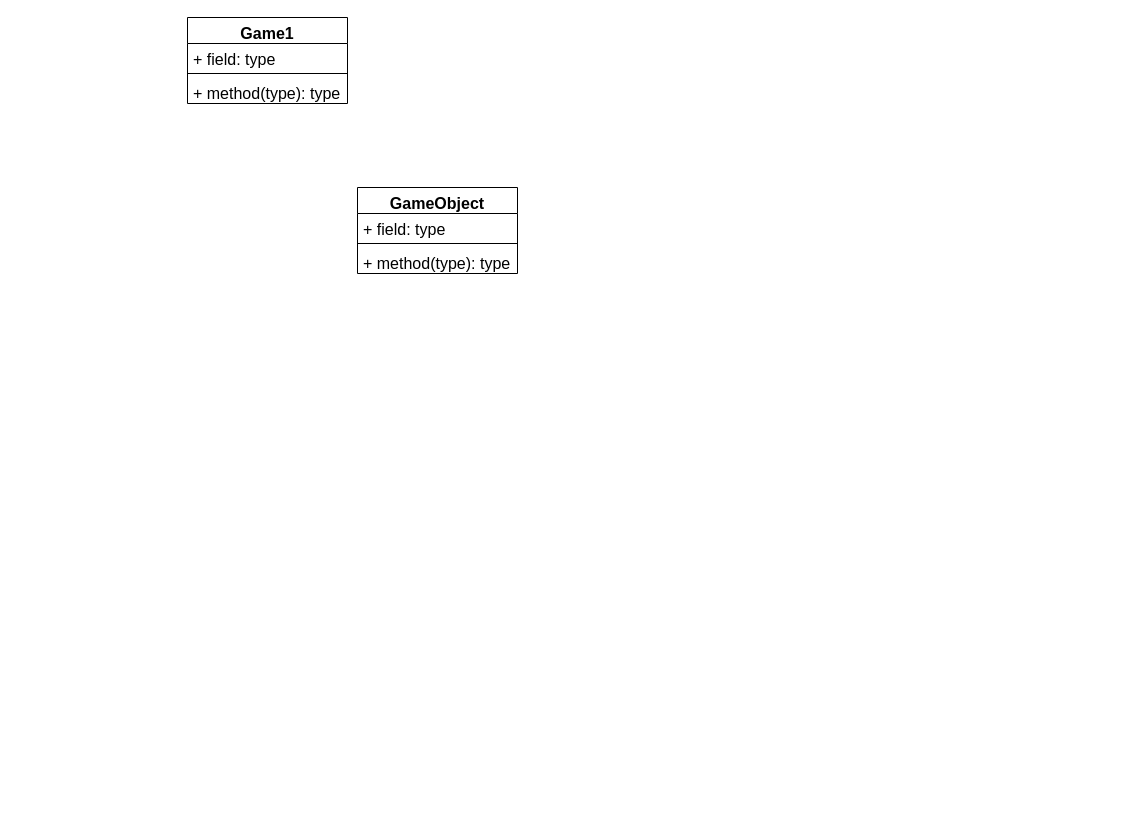
The draw.io diagram Space Invaders.drawio in Marcus-teacher/testar, before the edit. Source tidied: cells renumbered, new cells numbered last; positions are measured from the earlier drawing's top-left corner, leaving out a move shared by most shapes. Both pictures are drawn from the tidied source at 100%, with x=0, y=0 at pixel (187, 17).
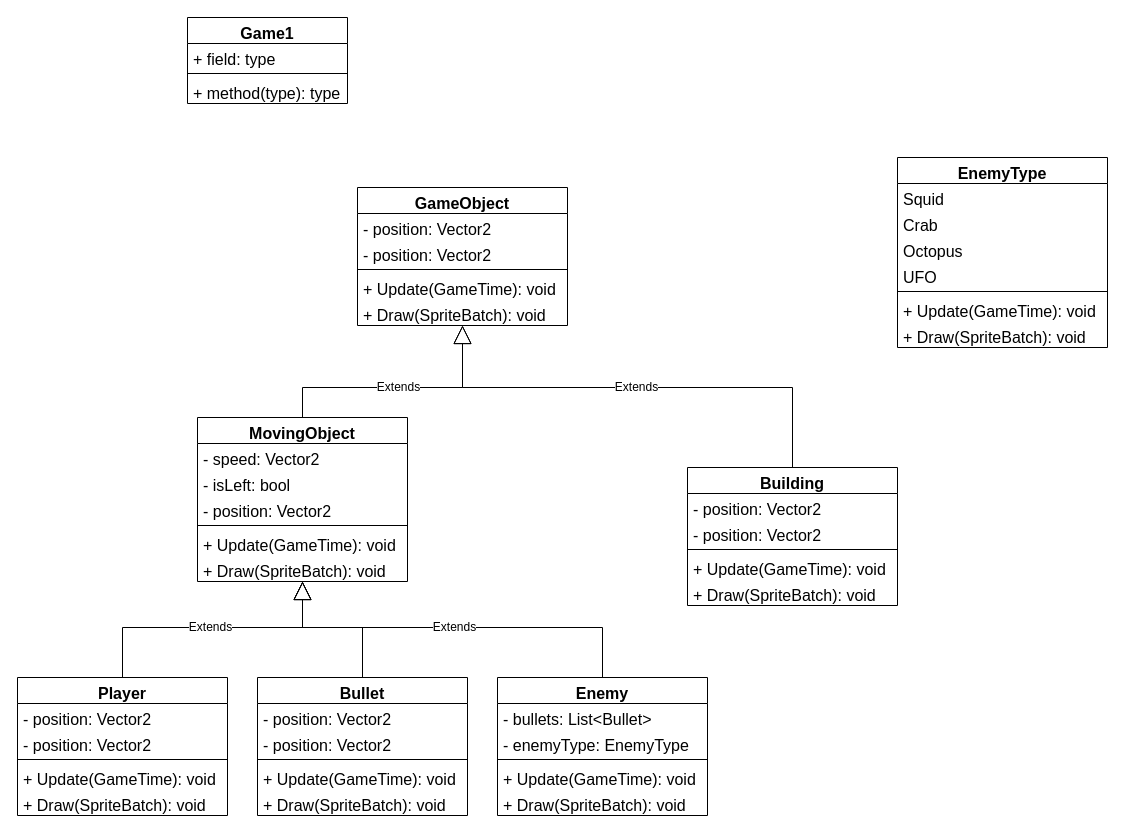
The same diagram, later.

What changed in the source:
```diff
@@
     <mxCell id="2" value="GameObject" style="swimlane;fontStyle=1;align=center;verticalAlign=top;horizontal=1;startSize=26;whiteSpace=wrap;html=1;fontSize=16;" parent="1" vertex="1">
-      <mxGeometry x="170" y="170" width="160" height="86" as="geometry" />
+      <mxGeometry x="170" y="170" width="210" height="138" as="geometry" />
     </mxCell>
-    <mxCell id="3" value="+ field: type" style="text;strokeColor=none;fillColor=none;align=left;verticalAlign=top;spacingLeft=4;spacingRight=4;overflow=hidden;whiteSpace=wrap;html=1;fontSize=16;" parent="2" vertex="1">
-      <mxGeometry y="26" width="160" height="26" as="geometry" />
+    <mxCell id="3" value="- position: Vector2" style="text;strokeColor=none;fillColor=none;align=left;verticalAlign=top;spacingLeft=4;spacingRight=4;overflow=hidden;whiteSpace=wrap;html=1;fontSize=16;" parent="2" vertex="1">
+      <mxGeometry y="26" width="210" height="26" as="geometry" />
     </mxCell>
+    <mxCell id="10" value="- position: Vector2" style="text;strokeColor=none;fillColor=none;align=left;verticalAlign=top;spacingLeft=4;spacingRight=4;overflow=hidden;whiteSpace=wrap;html=1;fontSize=16;" parent="2" vertex="1">
+      <mxGeometry y="52" width="210" height="26" as="geometry" />
+    </mxCell>
     <mxCell id="4" style="line;strokeWidth=1;fillColor=none;align=left;verticalAlign=middle;spacingTop=-1;spacingLeft=3;spacingRight=3;labelPosition=right;strokeColor=inherit;fontSize=16;" parent="2" vertex="1">
-      <mxGeometry y="52" width="160" height="8" as="geometry" />
+      <mxGeometry y="78" width="210" height="8" as="geometry" />
     </mxCell>
+    <mxCell id="11" value="+ Update(GameTime): void" style="text;strokeColor=none;fillColor=none;align=left;verticalAlign=top;spacingLeft=4;spacingRight=4;overflow=hidden;whiteSpace=wrap;html=1;fontSize=16;" parent="2" vertex="1">
+      <mxGeometry y="86" width="210" height="26" as="geometry" />
+    </mxCell>
-    <mxCell id="5" value="+ method(type): type" style="text;strokeColor=none;fillColor=none;align=left;verticalAlign=top;spacingLeft=4;spacingRight=4;overflow=hidden;whiteSpace=wrap;html=1;fontSize=16;" parent="2" vertex="1">
-      <mxGeometry y="60" width="160" height="26" as="geometry" />
+    <mxCell id="5" value="+ Draw(SpriteBatch): void" style="text;strokeColor=none;fillColor=none;align=left;verticalAlign=top;spacingLeft=4;spacingRight=4;overflow=hidden;whiteSpace=wrap;html=1;fontSize=16;" parent="2" vertex="1">
+      <mxGeometry y="112" width="210" height="26" as="geometry" />
     </mxCell>
@@
+    <mxCell id="12" value="Player" style="swimlane;fontStyle=1;align=center;verticalAlign=top;horizontal=1;startSize=26;whiteSpace=wrap;html=1;fontSize=16;" parent="1" vertex="1">
+      <mxGeometry x="-170" y="660" width="210" height="138" as="geometry" />
+    </mxCell>
+    <mxCell id="13" value="- position: Vector2" style="text;strokeColor=none;fillColor=none;align=left;verticalAlign=top;spacingLeft=4;spacingRight=4;overflow=hidden;whiteSpace=wrap;html=1;fontSize=16;" parent="12" vertex="1">
+      <mxGeometry y="26" width="210" height="26" as="geometry" />
+    </mxCell>
+    <mxCell id="14" value="- position: Vector2" style="text;strokeColor=none;fillColor=none;align=left;verticalAlign=top;spacingLeft=4;spacingRight=4;overflow=hidden;whiteSpace=wrap;html=1;fontSize=16;" parent="12" vertex="1">
+      <mxGeometry y="52" width="210" height="26" as="geometry" />
+    </mxCell>
+    <mxCell id="15" style="line;strokeWidth=1;fillColor=none;align=left;verticalAlign=middle;spacingTop=-1;spacingLeft=3;spacingRight=3;labelPosition=right;strokeColor=inherit;fontSize=16;" parent="12" vertex="1">
+      <mxGeometry y="78" width="210" height="8" as="geometry" />
+    </mxCell>
+    <mxCell id="16" value="+ Update(GameTime): void" style="text;strokeColor=none;fillColor=none;align=left;verticalAlign=top;spacingLeft=4;spacingRight=4;overflow=hidden;whiteSpace=wrap;html=1;fontSize=16;" parent="12" vertex="1">
+      <mxGeometry y="86" width="210" height="26" as="geometry" />
+    </mxCell>
+    <mxCell id="17" value="+ Draw(SpriteBatch): void" style="text;strokeColor=none;fillColor=none;align=left;verticalAlign=top;spacingLeft=4;spacingRight=4;overflow=hidden;whiteSpace=wrap;html=1;fontSize=16;" parent="12" vertex="1">
+      <mxGeometry y="112" width="210" height="26" as="geometry" />
+    </mxCell>
+    <mxCell id="18" value="Enemy" style="swimlane;fontStyle=1;align=center;verticalAlign=top;horizontal=1;startSize=26;whiteSpace=wrap;html=1;fontSize=16;" parent="1" vertex="1">
+      <mxGeometry x="310" y="660" width="210" height="138" as="geometry" />
+    </mxCell>
+    <mxCell id="19" value="- bullets: List&amp;lt;Bullet&amp;gt;" style="text;strokeColor=none;fillColor=none;align=left;verticalAlign=top;spacingLeft=4;spacingRight=4;overflow=hidden;whiteSpace=wrap;html=1;fontSize=16;" parent="18" vertex="1">
+      <mxGeometry y="26" width="210" height="26" as="geometry" />
+    </mxCell>
+    <mxCell id="20" value="- enemyType: EnemyType" style="text;strokeColor=none;fillColor=none;align=left;verticalAlign=top;spacingLeft=4;spacingRight=4;overflow=hidden;whiteSpace=wrap;html=1;fontSize=16;" parent="18" vertex="1">
+      <mxGeometry y="52" width="210" height="26" as="geometry" />
+    </mxCell>
+    <mxCell id="21" style="line;strokeWidth=1;fillColor=none;align=left;verticalAlign=middle;spacingTop=-1;spacingLeft=3;spacingRight=3;labelPosition=right;strokeColor=inherit;fontSize=16;" parent="18" vertex="1">
+      <mxGeometry y="78" width="210" height="8" as="geometry" />
+    </mxCell>
+    <mxCell id="22" value="+ Update(GameTime): void" style="text;strokeColor=none;fillColor=none;align=left;verticalAlign=top;spacingLeft=4;spacingRight=4;overflow=hidden;whiteSpace=wrap;html=1;fontSize=16;" parent="18" vertex="1">
+      <mxGeometry y="86" width="210" height="26" as="geometry" />
+    </mxCell>
+    <mxCell id="23" value="+ Draw(SpriteBatch): void" style="text;strokeColor=none;fillColor=none;align=left;verticalAlign=top;spacingLeft=4;spacingRight=4;overflow=hidden;whiteSpace=wrap;html=1;fontSize=16;" parent="18" vertex="1">
+      <mxGeometry y="112" width="210" height="26" as="geometry" />
+    </mxCell>
+    <mxCell id="24" value="Bullet" style="swimlane;fontStyle=1;align=center;verticalAlign=top;horizontal=1;startSize=26;whiteSpace=wrap;html=1;fontSize=16;" parent="1" vertex="1">
+      <mxGeometry x="70" y="660" width="210" height="138" as="geometry" />
+    </mxCell>
+    <mxCell id="25" value="- position: Vector2" style="text;strokeColor=none;fillColor=none;align=left;verticalAlign=top;spacingLeft=4;spacingRight=4;overflow=hidden;whiteSpace=wrap;html=1;fontSize=16;" parent="24" vertex="1">
+      <mxGeometry y="26" width="210" height="26" as="geometry" />
+    </mxCell>
+    <mxCell id="26" value="- position: Vector2" style="text;strokeColor=none;fillColor=none;align=left;verticalAlign=top;spacingLeft=4;spacingRight=4;overflow=hidden;whiteSpace=wrap;html=1;fontSize=16;" parent="24" vertex="1">
+      <mxGeometry y="52" width="210" height="26" as="geometry" />
+    </mxCell>
+    <mxCell id="27" style="line;strokeWidth=1;fillColor=none;align=left;verticalAlign=middle;spacingTop=-1;spacingLeft=3;spacingRight=3;labelPosition=right;strokeColor=inherit;fontSize=16;" parent="24" vertex="1">
+      <mxGeometry y="78" width="210" height="8" as="geometry" />
+    </mxCell>
+    <mxCell id="28" value="+ Update(GameTime): void" style="text;strokeColor=none;fillColor=none;align=left;verticalAlign=top;spacingLeft=4;spacingRight=4;overflow=hidden;whiteSpace=wrap;html=1;fontSize=16;" parent="24" vertex="1">
+      <mxGeometry y="86" width="210" height="26" as="geometry" />
+    </mxCell>
+    <mxCell id="29" value="+ Draw(SpriteBatch): void" style="text;strokeColor=none;fillColor=none;align=left;verticalAlign=top;spacingLeft=4;spacingRight=4;overflow=hidden;whiteSpace=wrap;html=1;fontSize=16;" parent="24" vertex="1">
+      <mxGeometry y="112" width="210" height="26" as="geometry" />
+    </mxCell>
+    <mxCell id="30" value="Building" style="swimlane;fontStyle=1;align=center;verticalAlign=top;horizontal=1;startSize=26;whiteSpace=wrap;html=1;fontSize=16;" parent="1" vertex="1">
+      <mxGeometry x="500" y="450" width="210" height="138" as="geometry" />
+    </mxCell>
+    <mxCell id="31" value="- position: Vector2" style="text;strokeColor=none;fillColor=none;align=left;verticalAlign=top;spacingLeft=4;spacingRight=4;overflow=hidden;whiteSpace=wrap;html=1;fontSize=16;" parent="30" vertex="1">
+      <mxGeometry y="26" width="210" height="26" as="geometry" />
+    </mxCell>
+    <mxCell id="32" value="- position: Vector2" style="text;strokeColor=none;fillColor=none;align=left;verticalAlign=top;spacingLeft=4;spacingRight=4;overflow=hidden;whiteSpace=wrap;html=1;fontSize=16;" parent="30" vertex="1">
+      <mxGeometry y="52" width="210" height="26" as="geometry" />
+    </mxCell>
+    <mxCell id="33" style="line;strokeWidth=1;fillColor=none;align=left;verticalAlign=middle;spacingTop=-1;spacingLeft=3;spacingRight=3;labelPosition=right;strokeColor=inherit;fontSize=16;" parent="30" vertex="1">
+      <mxGeometry y="78" width="210" height="8" as="geometry" />
+    </mxCell>
+    <mxCell id="34" value="+ Update(GameTime): void" style="text;strokeColor=none;fillColor=none;align=left;verticalAlign=top;spacingLeft=4;spacingRight=4;overflow=hidden;whiteSpace=wrap;html=1;fontSize=16;" parent="30" vertex="1">
+      <mxGeometry y="86" width="210" height="26" as="geometry" />
+    </mxCell>
+    <mxCell id="35" value="+ Draw(SpriteBatch): void" style="text;strokeColor=none;fillColor=none;align=left;verticalAlign=top;spacingLeft=4;spacingRight=4;overflow=hidden;whiteSpace=wrap;html=1;fontSize=16;" parent="30" vertex="1">
+      <mxGeometry y="112" width="210" height="26" as="geometry" />
+    </mxCell>
+    <mxCell id="36" value="Extends" style="endArrow=block;endSize=16;endFill=0;html=1;rounded=0;fontSize=12;edgeStyle=none;exitX=0.5;exitY=0;exitDx=0;exitDy=0;entryX=0.5;entryY=1;entryDx=0;entryDy=0;" parent="1" edge="1" source="30" target="2">
+      <mxGeometry relative="1" as="geometry">
+        <Array as="points">
+          <mxPoint x="605" y="370" />
+          <mxPoint x="275" y="370" />
+        </Array>
+      </mxGeometry>
+    </mxCell>
+    <mxCell id="37" value="EnemyType" style="swimlane;fontStyle=1;align=center;verticalAlign=top;horizontal=1;startSize=26;whiteSpace=wrap;html=1;fontSize=16;" parent="1" vertex="1">
+      <mxGeometry x="710" y="140" width="210" height="190" as="geometry" />
+    </mxCell>
+    <mxCell id="38" value="Squid" style="text;strokeColor=none;fillColor=none;align=left;verticalAlign=top;spacingLeft=4;spacingRight=4;overflow=hidden;whiteSpace=wrap;html=1;fontSize=16;" parent="37" vertex="1">
+      <mxGeometry y="26" width="210" height="26" as="geometry" />
+    </mxCell>
+    <mxCell id="39" value="Crab" style="text;strokeColor=none;fillColor=none;align=left;verticalAlign=top;spacingLeft=4;spacingRight=4;overflow=hidden;whiteSpace=wrap;html=1;fontSize=16;" parent="37" vertex="1">
+      <mxGeometry y="52" width="210" height="26" as="geometry" />
+    </mxCell>
+    <mxCell id="40" value="Octopus" style="text;strokeColor=none;fillColor=none;align=left;verticalAlign=top;spacingLeft=4;spacingRight=4;overflow=hidden;whiteSpace=wrap;html=1;fontSize=16;" parent="37" vertex="1">
+      <mxGeometry y="78" width="210" height="26" as="geometry" />
+    </mxCell>
+    <mxCell id="41" value="UFO" style="text;strokeColor=none;fillColor=none;align=left;verticalAlign=top;spacingLeft=4;spacingRight=4;overflow=hidden;whiteSpace=wrap;html=1;fontSize=16;" parent="37" vertex="1">
+      <mxGeometry y="104" width="210" height="26" as="geometry" />
+    </mxCell>
+    <mxCell id="42" style="line;strokeWidth=1;fillColor=none;align=left;verticalAlign=middle;spacingTop=-1;spacingLeft=3;spacingRight=3;labelPosition=right;strokeColor=inherit;fontSize=16;" parent="37" vertex="1">
+      <mxGeometry y="130" width="210" height="8" as="geometry" />
+    </mxCell>
+    <mxCell id="43" value="+ Update(GameTime): void" style="text;strokeColor=none;fillColor=none;align=left;verticalAlign=top;spacingLeft=4;spacingRight=4;overflow=hidden;whiteSpace=wrap;html=1;fontSize=16;" parent="37" vertex="1">
+      <mxGeometry y="138" width="210" height="26" as="geometry" />
+    </mxCell>
+    <mxCell id="44" value="+ Draw(SpriteBatch): void" style="text;strokeColor=none;fillColor=none;align=left;verticalAlign=top;spacingLeft=4;spacingRight=4;overflow=hidden;whiteSpace=wrap;html=1;fontSize=16;" parent="37" vertex="1">
+      <mxGeometry y="164" width="210" height="26" as="geometry" />
+    </mxCell>
+    <mxCell id="45" value="MovingObject" style="swimlane;fontStyle=1;align=center;verticalAlign=top;horizontal=1;startSize=26;whiteSpace=wrap;html=1;fontSize=16;" parent="1" vertex="1">
+      <mxGeometry x="10" y="400" width="210" height="164" as="geometry" />
+    </mxCell>
+    <mxCell id="46" value="- speed: Vector2" style="text;strokeColor=none;fillColor=none;align=left;verticalAlign=top;spacingLeft=4;spacingRight=4;overflow=hidden;whiteSpace=wrap;html=1;fontSize=16;" parent="45" vertex="1">
+      <mxGeometry y="26" width="210" height="26" as="geometry" />
+    </mxCell>
+    <mxCell id="47" value="- isLeft: bool" style="text;strokeColor=none;fillColor=none;align=left;verticalAlign=top;spacingLeft=4;spacingRight=4;overflow=hidden;whiteSpace=wrap;html=1;fontSize=16;" parent="45" vertex="1">
+      <mxGeometry y="52" width="210" height="26" as="geometry" />
+    </mxCell>
+    <mxCell id="48" value="- position: Vector2" style="text;strokeColor=none;fillColor=none;align=left;verticalAlign=top;spacingLeft=4;spacingRight=4;overflow=hidden;whiteSpace=wrap;html=1;fontSize=16;" parent="45" vertex="1">
+      <mxGeometry y="78" width="210" height="26" as="geometry" />
+    </mxCell>
+    <mxCell id="49" style="line;strokeWidth=1;fillColor=none;align=left;verticalAlign=middle;spacingTop=-1;spacingLeft=3;spacingRight=3;labelPosition=right;strokeColor=inherit;fontSize=16;" parent="45" vertex="1">
+      <mxGeometry y="104" width="210" height="8" as="geometry" />
+    </mxCell>
+    <mxCell id="50" value="+ Update(GameTime): void" style="text;strokeColor=none;fillColor=none;align=left;verticalAlign=top;spacingLeft=4;spacingRight=4;overflow=hidden;whiteSpace=wrap;html=1;fontSize=16;" parent="45" vertex="1">
+      <mxGeometry y="112" width="210" height="26" as="geometry" />
+    </mxCell>
+    <mxCell id="51" value="+ Draw(SpriteBatch): void" style="text;strokeColor=none;fillColor=none;align=left;verticalAlign=top;spacingLeft=4;spacingRight=4;overflow=hidden;whiteSpace=wrap;html=1;fontSize=16;" parent="45" vertex="1">
+      <mxGeometry y="138" width="210" height="26" as="geometry" />
+    </mxCell>
+    <mxCell id="52" value="Extends" style="endArrow=block;endSize=16;endFill=0;html=1;rounded=0;fontSize=12;edgeStyle=none;exitX=0.5;exitY=0;exitDx=0;exitDy=0;entryX=0.5;entryY=1;entryDx=0;entryDy=0;" parent="1" edge="1" source="45" target="2">
+      <mxGeometry relative="1" as="geometry">
+        <Array as="points">
+          <mxPoint x="115" y="370" />
+          <mxPoint x="275" y="370" />
+        </Array>
+      </mxGeometry>
+    </mxCell>
+    <mxCell id="53" value="Extends" style="endArrow=block;endSize=16;endFill=0;html=1;rounded=0;fontSize=12;edgeStyle=none;exitX=0.5;exitY=0;exitDx=0;exitDy=0;entryX=0.5;entryY=1;entryDx=0;entryDy=0;" parent="1" edge="1" source="12" target="45">
+      <mxGeometry relative="1" as="geometry">
+        <Array as="points">
+          <mxPoint x="-65" y="610" />
+          <mxPoint x="115" y="610" />
+        </Array>
+      </mxGeometry>
+    </mxCell>
+    <mxCell id="54" style="endArrow=block;endSize=16;endFill=0;html=1;rounded=0;fontSize=12;edgeStyle=none;exitX=0.5;exitY=0;exitDx=0;exitDy=0;entryX=0.5;entryY=1;entryDx=0;entryDy=0;" parent="1" edge="1" source="24" target="45">
+      <mxGeometry relative="1" as="geometry">
+        <Array as="points">
+          <mxPoint x="175" y="610" />
+          <mxPoint x="115" y="610" />
+        </Array>
+      </mxGeometry>
+    </mxCell>
+    <mxCell id="55" value="Extends" style="endArrow=block;endSize=16;endFill=0;html=1;rounded=0;fontSize=12;edgeStyle=none;exitX=0.5;exitY=0;exitDx=0;exitDy=0;entryX=0.5;entryY=1;entryDx=0;entryDy=0;" parent="1" edge="1" source="18" target="45">
+      <mxGeometry relative="1" as="geometry">
+        <Array as="points">
+          <mxPoint x="415" y="610" />
+          <mxPoint x="115" y="610" />
+        </Array>
+      </mxGeometry>
+    </mxCell>
```
